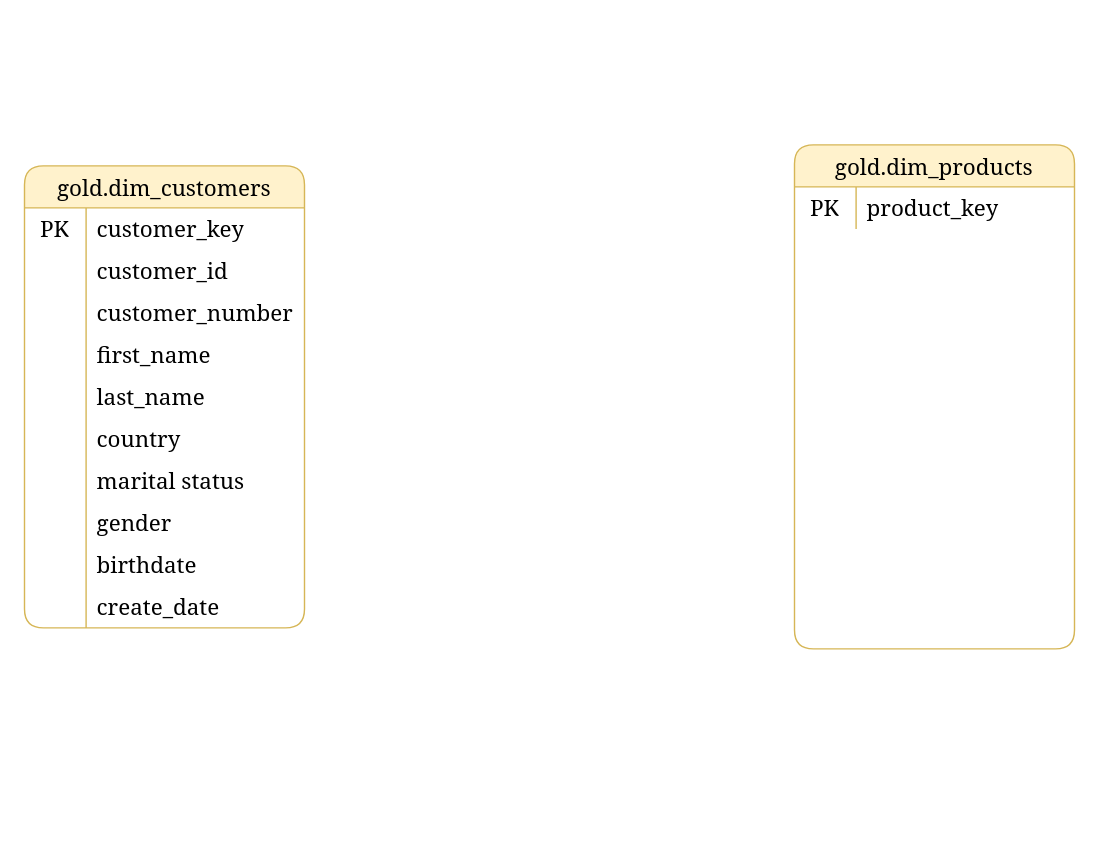
Earlier version of the draw.io diagram docs/diagrams/Sales Data Mart (Star Schema).drawio (adignatus/SQL-Data-Warehouse-Project). Source tidied: cells renumbered, new cells numbered last; positions are measured from the earlier drawing's top-left corner, leaving out a move shared by most shapes. Both pictures are drawn from the tidied source at 140%, with x=0, y=0 at pixel (24, 144).
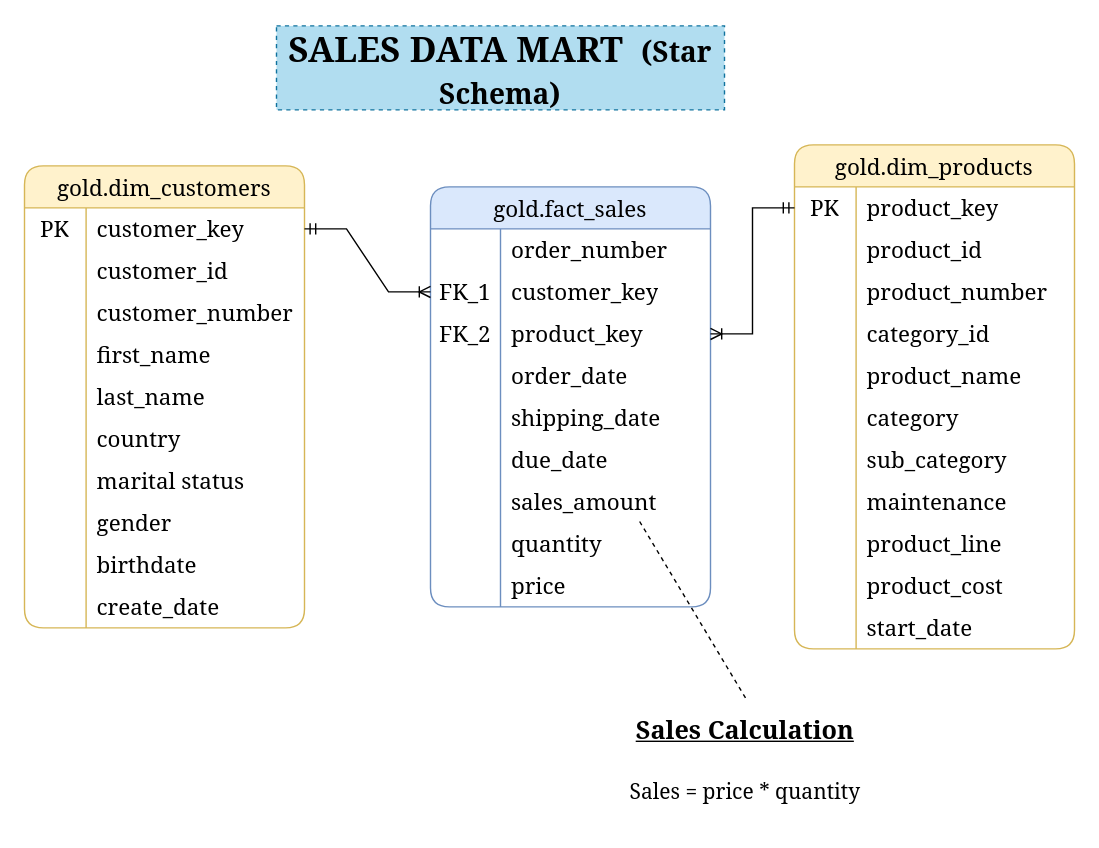
The same diagram, later.

The change refers to these unchanged cells:
```xml
<mxCell id="3" style="shape=tableRow;horizontal=0;startSize=0;swimlaneHead=0;swimlaneBody=0;top=0;left=0;bottom=0;right=0;fillColor=none;points=[[0,0.5],[1,0.5]];portConstraint=eastwest;strokeColor=inherit;fontSize=16;fontFamily=Georgia;" parent="2" vertex="1">
  <mxGeometry y="30" width="200" height="30" as="geometry" />
</mxCell>
<mxCell id="33" value="gold.dim_products" style="shape=table;startSize=30;childLayout=tableLayout;rowLines=0;fontStyle=0;strokeColor=#d6b656;fontSize=16;rounded=1;fillColor=#fff2cc;fontFamily=Georgia;" parent="1" vertex="1">
  <mxGeometry x="550" width="200" height="360" as="geometry" />
</mxCell>
<mxCell id="34" style="shape=tableRow;horizontal=0;startSize=0;swimlaneHead=0;swimlaneBody=0;top=0;left=0;bottom=0;right=0;fillColor=none;points=[[0,0.5],[1,0.5]];portConstraint=eastwest;strokeColor=inherit;fontSize=16;fontFamily=Georgia;" parent="33" vertex="1">
  <mxGeometry y="30" width="200" height="30" as="geometry" />
</mxCell>
```

Diff of the diagram source:
```diff
@@
+    <mxCell id="37" style="shape=tableRow;horizontal=0;startSize=0;swimlaneHead=0;swimlaneBody=0;top=0;left=0;bottom=0;right=0;fillColor=none;strokeColor=inherit;fontSize=16;fontFamily=Georgia;" parent="33" vertex="1">
+      <mxGeometry y="60" width="200" height="30" as="geometry" />
+    </mxCell>
+    <mxCell id="38" style="shape=partialRectangle;html=1;whiteSpace=wrap;fillColor=none;top=0;left=0;bottom=0;right=0;overflow=hidden;strokeColor=inherit;fontSize=16;fontFamily=Georgia;" parent="37" vertex="1">
+      <mxGeometry width="44" height="30" as="geometry" />
+    </mxCell>
+    <mxCell id="39" value="product_id" style="shape=partialRectangle;html=1;whiteSpace=wrap;fillColor=none;top=0;left=0;bottom=0;right=0;align=left;spacingLeft=6;overflow=hidden;strokeColor=inherit;fontSize=16;fontFamily=Georgia;" parent="37" vertex="1">
+      <mxGeometry x="44" width="156" height="30" as="geometry" />
+    </mxCell>
+    <mxCell id="40" style="shape=tableRow;horizontal=0;startSize=0;swimlaneHead=0;swimlaneBody=0;top=0;left=0;bottom=0;right=0;fillColor=none;strokeColor=inherit;fontSize=16;fontFamily=Georgia;" parent="33" vertex="1">
+      <mxGeometry y="90" width="200" height="30" as="geometry" />
+    </mxCell>
+    <mxCell id="41" style="shape=partialRectangle;html=1;whiteSpace=wrap;fillColor=none;top=0;left=0;bottom=0;right=0;overflow=hidden;strokeColor=inherit;fontSize=16;fontFamily=Georgia;" parent="40" vertex="1">
+      <mxGeometry width="44" height="30" as="geometry" />
+    </mxCell>
+    <mxCell id="42" value="product_number" style="shape=partialRectangle;html=1;whiteSpace=wrap;fillColor=none;top=0;left=0;bottom=0;right=0;align=left;spacingLeft=6;overflow=hidden;strokeColor=inherit;fontSize=16;fontFamily=Georgia;" parent="40" vertex="1">
+      <mxGeometry x="44" width="156" height="30" as="geometry" />
+    </mxCell>
+    <mxCell id="43" style="shape=tableRow;horizontal=0;startSize=0;swimlaneHead=0;swimlaneBody=0;top=0;left=0;bottom=0;right=0;fillColor=none;strokeColor=inherit;fontSize=16;fontFamily=Georgia;" parent="33" vertex="1">
+      <mxGeometry y="120" width="200" height="30" as="geometry" />
+    </mxCell>
+    <mxCell id="44" style="shape=partialRectangle;html=1;whiteSpace=wrap;fillColor=none;top=0;left=0;bottom=0;right=0;overflow=hidden;strokeColor=inherit;fontSize=16;fontFamily=Georgia;" parent="43" vertex="1">
+      <mxGeometry width="44" height="30" as="geometry" />
+    </mxCell>
+    <mxCell id="45" value="category_id" style="shape=partialRectangle;html=1;whiteSpace=wrap;fillColor=none;top=0;left=0;bottom=0;right=0;align=left;spacingLeft=6;overflow=hidden;strokeColor=inherit;fontSize=16;fontFamily=Georgia;" parent="43" vertex="1">
+      <mxGeometry x="44" width="156" height="30" as="geometry" />
+    </mxCell>
+    <mxCell id="46" style="shape=tableRow;horizontal=0;startSize=0;swimlaneHead=0;swimlaneBody=0;top=0;left=0;bottom=0;right=0;fillColor=none;strokeColor=inherit;fontSize=16;fontFamily=Georgia;" parent="33" vertex="1">
+      <mxGeometry y="150" width="200" height="30" as="geometry" />
+    </mxCell>
+    <mxCell id="47" style="shape=partialRectangle;html=1;whiteSpace=wrap;fillColor=none;top=0;left=0;bottom=0;right=0;overflow=hidden;strokeColor=inherit;fontSize=16;fontFamily=Georgia;" parent="46" vertex="1">
+      <mxGeometry width="44" height="30" as="geometry" />
+    </mxCell>
+    <mxCell id="48" value="product_name" style="shape=partialRectangle;html=1;whiteSpace=wrap;fillColor=none;top=0;left=0;bottom=0;right=0;align=left;spacingLeft=6;overflow=hidden;strokeColor=inherit;fontSize=16;fontFamily=Georgia;" parent="46" vertex="1">
+      <mxGeometry x="44" width="156" height="30" as="geometry" />
+    </mxCell>
+    <mxCell id="49" style="shape=tableRow;horizontal=0;startSize=0;swimlaneHead=0;swimlaneBody=0;top=0;left=0;bottom=0;right=0;fillColor=none;strokeColor=inherit;fontSize=16;fontFamily=Georgia;" parent="33" vertex="1">
+      <mxGeometry y="180" width="200" height="30" as="geometry" />
+    </mxCell>
+    <mxCell id="50" style="shape=partialRectangle;html=1;whiteSpace=wrap;fillColor=none;top=0;left=0;bottom=0;right=0;overflow=hidden;strokeColor=inherit;fontSize=16;fontFamily=Georgia;" parent="49" vertex="1">
+      <mxGeometry width="44" height="30" as="geometry" />
+    </mxCell>
+    <mxCell id="51" value="category" style="shape=partialRectangle;html=1;whiteSpace=wrap;fillColor=none;top=0;left=0;bottom=0;right=0;align=left;spacingLeft=6;overflow=hidden;strokeColor=inherit;fontSize=16;fontFamily=Georgia;" parent="49" vertex="1">
+      <mxGeometry x="44" width="156" height="30" as="geometry" />
+    </mxCell>
+    <mxCell id="52" style="shape=tableRow;horizontal=0;startSize=0;swimlaneHead=0;swimlaneBody=0;top=0;left=0;bottom=0;right=0;fillColor=none;strokeColor=inherit;fontSize=16;fontFamily=Georgia;" parent="33" vertex="1">
+      <mxGeometry y="210" width="200" height="30" as="geometry" />
+    </mxCell>
+    <mxCell id="53" style="shape=partialRectangle;html=1;whiteSpace=wrap;fillColor=none;top=0;left=0;bottom=0;right=0;overflow=hidden;strokeColor=inherit;fontSize=16;fontFamily=Georgia;" parent="52" vertex="1">
+      <mxGeometry width="44" height="30" as="geometry" />
+    </mxCell>
+    <mxCell id="54" value="sub_category" style="shape=partialRectangle;html=1;whiteSpace=wrap;fillColor=none;top=0;left=0;bottom=0;right=0;align=left;spacingLeft=6;overflow=hidden;strokeColor=inherit;fontSize=16;fontFamily=Georgia;" parent="52" vertex="1">
+      <mxGeometry x="44" width="156" height="30" as="geometry" />
+    </mxCell>
+    <mxCell id="55" style="shape=tableRow;horizontal=0;startSize=0;swimlaneHead=0;swimlaneBody=0;top=0;left=0;bottom=0;right=0;fillColor=none;strokeColor=inherit;fontSize=16;fontFamily=Georgia;" parent="33" vertex="1">
+      <mxGeometry y="240" width="200" height="30" as="geometry" />
+    </mxCell>
+    <mxCell id="56" style="shape=partialRectangle;html=1;whiteSpace=wrap;fillColor=none;top=0;left=0;bottom=0;right=0;overflow=hidden;strokeColor=inherit;fontSize=16;fontFamily=Georgia;" parent="55" vertex="1">
+      <mxGeometry width="44" height="30" as="geometry" />
+    </mxCell>
+    <mxCell id="57" value="maintenance" style="shape=partialRectangle;html=1;whiteSpace=wrap;fillColor=none;top=0;left=0;bottom=0;right=0;align=left;spacingLeft=6;overflow=hidden;strokeColor=inherit;fontSize=16;fontFamily=Georgia;" parent="55" vertex="1">
+      <mxGeometry x="44" width="156" height="30" as="geometry" />
+    </mxCell>
+    <mxCell id="58" style="shape=tableRow;horizontal=0;startSize=0;swimlaneHead=0;swimlaneBody=0;top=0;left=0;bottom=0;right=0;fillColor=none;strokeColor=inherit;fontSize=16;fontFamily=Georgia;" parent="33" vertex="1">
+      <mxGeometry y="270" width="200" height="30" as="geometry" />
+    </mxCell>
+    <mxCell id="59" style="shape=partialRectangle;html=1;whiteSpace=wrap;fillColor=none;top=0;left=0;bottom=0;right=0;overflow=hidden;strokeColor=inherit;fontSize=16;fontFamily=Georgia;" parent="58" vertex="1">
+      <mxGeometry width="44" height="30" as="geometry" />
+    </mxCell>
+    <mxCell id="60" value="product_line" style="shape=partialRectangle;html=1;whiteSpace=wrap;fillColor=none;top=0;left=0;bottom=0;right=0;align=left;spacingLeft=6;overflow=hidden;strokeColor=inherit;fontSize=16;fontFamily=Georgia;" parent="58" vertex="1">
+      <mxGeometry x="44" width="156" height="30" as="geometry" />
+    </mxCell>
+    <mxCell id="61" style="shape=tableRow;horizontal=0;startSize=0;swimlaneHead=0;swimlaneBody=0;top=0;left=0;bottom=0;right=0;fillColor=none;strokeColor=inherit;fontSize=16;fontFamily=Georgia;" parent="33" vertex="1">
+      <mxGeometry y="300" width="200" height="30" as="geometry" />
+    </mxCell>
+    <mxCell id="62" style="shape=partialRectangle;html=1;whiteSpace=wrap;fillColor=none;top=0;left=0;bottom=0;right=0;overflow=hidden;strokeColor=inherit;fontSize=16;fontFamily=Georgia;" parent="61" vertex="1">
+      <mxGeometry width="44" height="30" as="geometry" />
+    </mxCell>
+    <mxCell id="63" value="product_cost" style="shape=partialRectangle;html=1;whiteSpace=wrap;fillColor=none;top=0;left=0;bottom=0;right=0;align=left;spacingLeft=6;overflow=hidden;strokeColor=inherit;fontSize=16;fontFamily=Georgia;" parent="61" vertex="1">
+      <mxGeometry x="44" width="156" height="30" as="geometry" />
+    </mxCell>
+    <mxCell id="64" style="shape=tableRow;horizontal=0;startSize=0;swimlaneHead=0;swimlaneBody=0;top=0;left=0;bottom=0;right=0;fillColor=none;strokeColor=inherit;fontSize=16;fontFamily=Georgia;" parent="33" vertex="1">
+      <mxGeometry y="330" width="200" height="30" as="geometry" />
+    </mxCell>
+    <mxCell id="65" style="shape=partialRectangle;html=1;whiteSpace=wrap;fillColor=none;top=0;left=0;bottom=0;right=0;overflow=hidden;strokeColor=inherit;fontSize=16;fontFamily=Georgia;" parent="64" vertex="1">
+      <mxGeometry width="44" height="30" as="geometry" />
+    </mxCell>
+    <mxCell id="66" value="start_date" style="shape=partialRectangle;html=1;whiteSpace=wrap;fillColor=none;top=0;left=0;bottom=0;right=0;align=left;spacingLeft=6;overflow=hidden;strokeColor=inherit;fontSize=16;fontFamily=Georgia;" parent="64" vertex="1">
+      <mxGeometry x="44" width="156" height="30" as="geometry" />
+    </mxCell>
+    <mxCell id="67" value="gold.fact_sales" style="shape=table;startSize=30;childLayout=tableLayout;rowLines=0;fontStyle=0;strokeColor=#6c8ebf;fontSize=16;rounded=1;fillColor=#dae8fc;fontFamily=Georgia;" parent="1" vertex="1">
+      <mxGeometry x="290" y="30" width="200" height="300" as="geometry" />
+    </mxCell>
+    <mxCell id="68" style="shape=tableRow;horizontal=0;startSize=0;swimlaneHead=0;swimlaneBody=0;top=0;left=0;bottom=0;right=0;fillColor=none;strokeColor=inherit;fontSize=16;fontFamily=Georgia;" parent="67" vertex="1">
+      <mxGeometry y="30" width="200" height="30" as="geometry" />
+    </mxCell>
+    <mxCell id="69" style="shape=partialRectangle;html=1;whiteSpace=wrap;fillColor=none;top=0;left=0;bottom=0;right=0;overflow=hidden;strokeColor=inherit;fontSize=16;fontFamily=Georgia;" parent="68" vertex="1">
+      <mxGeometry width="50" height="30" as="geometry" />
+    </mxCell>
+    <mxCell id="70" value="order_number" style="shape=partialRectangle;html=1;whiteSpace=wrap;fillColor=none;top=0;left=0;bottom=0;right=0;align=left;spacingLeft=6;overflow=hidden;strokeColor=inherit;fontSize=16;fontFamily=Georgia;" parent="68" vertex="1">
+      <mxGeometry x="50" width="150" height="30" as="geometry" />
+    </mxCell>
+    <mxCell id="71" style="shape=tableRow;horizontal=0;startSize=0;swimlaneHead=0;swimlaneBody=0;top=0;left=0;bottom=0;right=0;fillColor=none;points=[[0,0.5],[1,0.5]];portConstraint=eastwest;strokeColor=inherit;fontSize=16;fontFamily=Georgia;" parent="67" vertex="1">
+      <mxGeometry y="60" width="200" height="30" as="geometry" />
+    </mxCell>
+    <mxCell id="72" value="FK_1" style="shape=partialRectangle;html=1;whiteSpace=wrap;fillColor=none;top=0;left=0;bottom=0;right=0;overflow=hidden;strokeColor=inherit;fontSize=16;fontFamily=Georgia;" parent="71" vertex="1">
+      <mxGeometry width="50" height="30" as="geometry" />
+    </mxCell>
+    <mxCell id="73" value="customer_key" style="shape=partialRectangle;html=1;whiteSpace=wrap;fillColor=none;top=0;left=0;bottom=0;right=0;align=left;spacingLeft=6;overflow=hidden;strokeColor=inherit;fontSize=16;fontFamily=Georgia;" parent="71" vertex="1">
+      <mxGeometry x="50" width="150" height="30" as="geometry" />
+    </mxCell>
+    <mxCell id="74" style="shape=tableRow;horizontal=0;startSize=0;swimlaneHead=0;swimlaneBody=0;top=0;left=0;bottom=0;right=0;fillColor=none;points=[[0,0.5],[1,0.5]];portConstraint=eastwest;strokeColor=inherit;fontSize=16;fontFamily=Georgia;" parent="67" vertex="1">
+      <mxGeometry y="90" width="200" height="30" as="geometry" />
+    </mxCell>
+    <mxCell id="75" value="FK_2" style="shape=partialRectangle;html=1;whiteSpace=wrap;fillColor=none;top=0;left=0;bottom=0;right=0;overflow=hidden;strokeColor=inherit;fontSize=16;fontFamily=Georgia;" parent="74" vertex="1">
+      <mxGeometry width="50" height="30" as="geometry" />
+    </mxCell>
+    <mxCell id="76" value="product_key&lt;span style=&quot;white-space: pre;&quot;&gt;&#9;&lt;/span&gt;" style="shape=partialRectangle;html=1;whiteSpace=wrap;fillColor=none;top=0;left=0;bottom=0;right=0;align=left;spacingLeft=6;overflow=hidden;strokeColor=inherit;fontSize=16;fontFamily=Georgia;" parent="74" vertex="1">
+      <mxGeometry x="50" width="150" height="30" as="geometry" />
+    </mxCell>
+    <mxCell id="77" style="shape=tableRow;horizontal=0;startSize=0;swimlaneHead=0;swimlaneBody=0;top=0;left=0;bottom=0;right=0;fillColor=none;strokeColor=inherit;fontSize=16;fontFamily=Georgia;" parent="67" vertex="1">
+      <mxGeometry y="120" width="200" height="30" as="geometry" />
+    </mxCell>
+    <mxCell id="78" style="shape=partialRectangle;html=1;whiteSpace=wrap;fillColor=none;top=0;left=0;bottom=0;right=0;overflow=hidden;strokeColor=inherit;fontSize=16;fontFamily=Georgia;" parent="77" vertex="1">
+      <mxGeometry width="50" height="30" as="geometry" />
+    </mxCell>
+    <mxCell id="79" value="order_date" style="shape=partialRectangle;html=1;whiteSpace=wrap;fillColor=none;top=0;left=0;bottom=0;right=0;align=left;spacingLeft=6;overflow=hidden;strokeColor=inherit;fontSize=16;fontFamily=Georgia;" parent="77" vertex="1">
+      <mxGeometry x="50" width="150" height="30" as="geometry" />
+    </mxCell>
+    <mxCell id="80" style="shape=tableRow;horizontal=0;startSize=0;swimlaneHead=0;swimlaneBody=0;top=0;left=0;bottom=0;right=0;fillColor=none;strokeColor=inherit;fontSize=16;fontFamily=Georgia;" parent="67" vertex="1">
+      <mxGeometry y="150" width="200" height="30" as="geometry" />
+    </mxCell>
+    <mxCell id="81" style="shape=partialRectangle;html=1;whiteSpace=wrap;fillColor=none;top=0;left=0;bottom=0;right=0;overflow=hidden;strokeColor=inherit;fontSize=16;fontFamily=Georgia;" parent="80" vertex="1">
+      <mxGeometry width="50" height="30" as="geometry" />
+    </mxCell>
+    <mxCell id="82" value="shipping_date" style="shape=partialRectangle;html=1;whiteSpace=wrap;fillColor=none;top=0;left=0;bottom=0;right=0;align=left;spacingLeft=6;overflow=hidden;strokeColor=inherit;fontSize=16;fontFamily=Georgia;" parent="80" vertex="1">
+      <mxGeometry x="50" width="150" height="30" as="geometry" />
+    </mxCell>
+    <mxCell id="83" style="shape=tableRow;horizontal=0;startSize=0;swimlaneHead=0;swimlaneBody=0;top=0;left=0;bottom=0;right=0;fillColor=none;strokeColor=inherit;fontSize=16;fontFamily=Georgia;" parent="67" vertex="1">
+      <mxGeometry y="180" width="200" height="30" as="geometry" />
+    </mxCell>
+    <mxCell id="84" style="shape=partialRectangle;html=1;whiteSpace=wrap;fillColor=none;top=0;left=0;bottom=0;right=0;overflow=hidden;strokeColor=inherit;fontSize=16;fontFamily=Georgia;" parent="83" vertex="1">
+      <mxGeometry width="50" height="30" as="geometry" />
+    </mxCell>
+    <mxCell id="85" value="due_date" style="shape=partialRectangle;html=1;whiteSpace=wrap;fillColor=none;top=0;left=0;bottom=0;right=0;align=left;spacingLeft=6;overflow=hidden;strokeColor=inherit;fontSize=16;fontFamily=Georgia;" parent="83" vertex="1">
+      <mxGeometry x="50" width="150" height="30" as="geometry" />
+    </mxCell>
+    <mxCell id="86" style="shape=tableRow;horizontal=0;startSize=0;swimlaneHead=0;swimlaneBody=0;top=0;left=0;bottom=0;right=0;fillColor=none;points=[[0,0.5],[1,0.5]];portConstraint=eastwest;strokeColor=inherit;fontSize=16;fontFamily=Georgia;" parent="67" vertex="1">
+      <mxGeometry y="210" width="200" height="30" as="geometry" />
+    </mxCell>
+    <mxCell id="87" style="shape=partialRectangle;html=1;whiteSpace=wrap;fillColor=none;top=0;left=0;bottom=0;right=0;overflow=hidden;strokeColor=inherit;fontSize=16;fontFamily=Georgia;" parent="86" vertex="1">
+      <mxGeometry width="50" height="30" as="geometry" />
+    </mxCell>
+    <mxCell id="88" value="sales_amount" style="shape=partialRectangle;html=1;whiteSpace=wrap;fillColor=none;top=0;left=0;bottom=0;right=0;align=left;spacingLeft=6;overflow=hidden;strokeColor=inherit;fontSize=16;fontFamily=Georgia;" parent="86" vertex="1">
+      <mxGeometry x="50" width="150" height="30" as="geometry" />
+    </mxCell>
+    <mxCell id="89" style="shape=tableRow;horizontal=0;startSize=0;swimlaneHead=0;swimlaneBody=0;top=0;left=0;bottom=0;right=0;fillColor=none;strokeColor=inherit;fontSize=16;fontFamily=Georgia;" parent="67" vertex="1">
+      <mxGeometry y="240" width="200" height="30" as="geometry" />
+    </mxCell>
+    <mxCell id="90" style="shape=partialRectangle;html=1;whiteSpace=wrap;fillColor=none;top=0;left=0;bottom=0;right=0;overflow=hidden;strokeColor=inherit;fontSize=16;fontFamily=Georgia;" parent="89" vertex="1">
+      <mxGeometry width="50" height="30" as="geometry" />
+    </mxCell>
+    <mxCell id="91" value="quantity" style="shape=partialRectangle;html=1;whiteSpace=wrap;fillColor=none;top=0;left=0;bottom=0;right=0;align=left;spacingLeft=6;overflow=hidden;strokeColor=inherit;fontSize=16;fontFamily=Georgia;" parent="89" vertex="1">
+      <mxGeometry x="50" width="150" height="30" as="geometry" />
+    </mxCell>
+    <mxCell id="92" style="shape=tableRow;horizontal=0;startSize=0;swimlaneHead=0;swimlaneBody=0;top=0;left=0;bottom=0;right=0;fillColor=none;strokeColor=inherit;fontSize=16;fontFamily=Georgia;" parent="67" vertex="1">
+      <mxGeometry y="270" width="200" height="30" as="geometry" />
+    </mxCell>
+    <mxCell id="93" style="shape=partialRectangle;html=1;whiteSpace=wrap;fillColor=none;top=0;left=0;bottom=0;right=0;overflow=hidden;strokeColor=inherit;fontSize=16;fontFamily=Georgia;" parent="92" vertex="1">
+      <mxGeometry width="50" height="30" as="geometry" />
+    </mxCell>
+    <mxCell id="94" value="price" style="shape=partialRectangle;html=1;whiteSpace=wrap;fillColor=none;top=0;left=0;bottom=0;right=0;align=left;spacingLeft=6;overflow=hidden;strokeColor=inherit;fontSize=16;fontFamily=Georgia;" parent="92" vertex="1">
+      <mxGeometry x="50" width="150" height="30" as="geometry" />
+    </mxCell>
+    <mxCell id="95" style="edgeStyle=entityRelationEdgeStyle;fontSize=12;html=1;endArrow=ERoneToMany;startArrow=ERmandOne;rounded=0;entryX=1;entryY=0.5;entryDx=0;entryDy=0;exitX=0;exitY=0.5;exitDx=0;exitDy=0;" parent="1" edge="1" source="34" target="74">
+      <mxGeometry relative="1" as="geometry" />
+    </mxCell>
+    <mxCell id="96" style="edgeStyle=entityRelationEdgeStyle;fontSize=12;html=1;endArrow=ERoneToMany;startArrow=ERmandOne;rounded=0;exitX=1;exitY=0.5;exitDx=0;exitDy=0;entryX=0;entryY=0.5;entryDx=0;entryDy=0;" parent="1" edge="1" source="3" target="71">
+      <mxGeometry relative="1" as="geometry" />
+    </mxCell>
+    <mxCell id="97" value="&lt;b&gt;&lt;u&gt;Sales Calculation&lt;/u&gt;&lt;/b&gt;&lt;div&gt;&lt;br&gt;&lt;div&gt;&lt;font style=&quot;font-size: 15px;&quot;&gt;Sales = price * quantity&lt;/font&gt;&lt;/div&gt;&lt;/div&gt;" style="text;html=1;whiteSpace=wrap;strokeColor=none;fillColor=none;align=center;verticalAlign=middle;rounded=0;fontFamily=Georgia;fontSize=18;" parent="1" vertex="1">
+      <mxGeometry x="420" y="395" width="190" height="90" as="geometry" />
+    </mxCell>
+    <mxCell id="98" style="endArrow=none;dashed=1;html=1;rounded=0;exitX=0.5;exitY=0;exitDx=0;exitDy=0;entryX=0.747;entryY=0.967;entryDx=0;entryDy=0;entryPerimeter=0;" parent="1" edge="1" source="97" target="86">
+      <mxGeometry relative="1" as="geometry" />
+    </mxCell>
+    <mxCell id="99" value="SALES DATA MART&amp;nbsp; &lt;font style=&quot;font-size: 20px;&quot;&gt;(Star Schema)&lt;/font&gt;" style="text;html=1;whiteSpace=wrap;align=center;verticalAlign=middle;rounded=0;fontSize=25;fontStyle=1;fontFamily=Georgia;fillColor=#b1ddf0;strokeColor=#10739e;dashed=1;" parent="1" vertex="1">
+      <mxGeometry x="180" y="-85" width="320" height="60" as="geometry" />
+    </mxCell>
```
